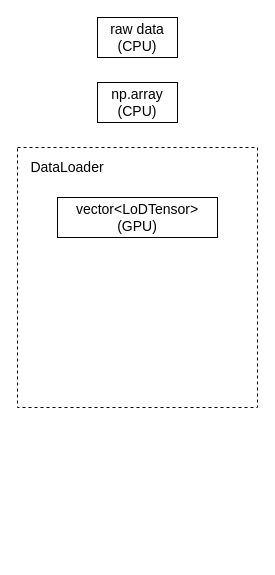
Above: dygraph-data-loader.drawio in chenwhql/diagrams (draw.io), before the change. Source tidied: cells renumbered, new cells numbered last; positions are measured from the earlier drawing's top-left corner, leaving out a move shared by most shapes. Both pictures are drawn from the tidied source at 100%, with x=0, y=0 at pixel (17, 17).
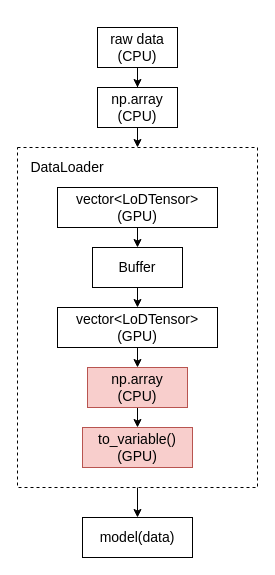
Above is the later version.

Diff of the diagram source:
```diff
@@
 <mxGraphModel>
   <root>
     <mxCell id="0" />
     <mxCell id="1" parent="0" />
+    <mxCell id="7" style="edgeStyle=orthogonalEdgeStyle;rounded=0;jettySize=auto;html=1;exitX=0.5;exitY=1;exitDx=0;exitDy=0;" parent="1" edge="1" source="2" target="3">
+      <mxGeometry relative="1" as="geometry" />
+    </mxCell>
     <mxCell id="2" value="&lt;font style=&quot;font-size: 14px&quot;&gt;raw data&lt;br&gt;(CPU)&lt;br&gt;&lt;/font&gt;" style="rounded=0;whiteSpace=wrap;html=1;" parent="1" vertex="1">
-      <mxGeometry x="80" width="80" height="40" as="geometry" />
+      <mxGeometry x="80" y="10" width="80" height="40" as="geometry" />
     </mxCell>
+    <mxCell id="8" style="edgeStyle=orthogonalEdgeStyle;rounded=0;jettySize=auto;html=1;exitX=0.5;exitY=1;exitDx=0;exitDy=0;entryX=0.5;entryY=0;entryDx=0;entryDy=0;" parent="1" edge="1" source="3" target="4">
+      <mxGeometry relative="1" as="geometry" />
+    </mxCell>
     <mxCell id="3" value="&lt;span style=&quot;font-size: 14px&quot;&gt;np.array&lt;br&gt;(CPU)&lt;br&gt;&lt;/span&gt;" style="rounded=0;whiteSpace=wrap;html=1;" parent="1" vertex="1">
-      <mxGeometry x="80" y="65" width="80" height="40" as="geometry" />
+      <mxGeometry x="80" y="70" width="80" height="40" as="geometry" />
     </mxCell>
+    <mxCell id="9" style="edgeStyle=orthogonalEdgeStyle;rounded=0;jettySize=auto;html=1;entryX=0.5;entryY=0;entryDx=0;entryDy=0;" parent="1" edge="1" source="4" target="18">
+      <mxGeometry relative="1" as="geometry" />
+    </mxCell>
     <mxCell id="4" style="rounded=0;whiteSpace=wrap;html=1;fillColor=none;dashed=1;align=right;labelPosition=left;verticalLabelPosition=top;verticalAlign=bottom;" parent="1" vertex="1">
-      <mxGeometry y="130" width="240" height="260" as="geometry" />
+      <mxGeometry y="130" width="240" height="340" as="geometry" />
     </mxCell>
     <mxCell id="5" value="&lt;font style=&quot;font-size: 14px&quot;&gt;DataLoader&lt;/font&gt;" style="text;html=1;strokeColor=none;fillColor=none;align=center;verticalAlign=middle;whiteSpace=wrap;rounded=0;dashed=1;" parent="1" vertex="1">
       <mxGeometry x="30" y="140" width="40" height="20" as="geometry" />
     </mxCell>
+    <mxCell id="10" style="edgeStyle=orthogonalEdgeStyle;rounded=0;jettySize=auto;html=1;exitX=0.5;exitY=1;exitDx=0;exitDy=0;entryX=0.5;entryY=0;entryDx=0;entryDy=0;" parent="1" edge="1" source="6" target="14">
+      <mxGeometry relative="1" as="geometry" />
+    </mxCell>
     <mxCell id="6" value="&lt;span style=&quot;font-size: 14px&quot;&gt;vector&amp;lt;LoDTensor&amp;gt;&lt;br&gt;(GPU)&lt;br&gt;&lt;/span&gt;" style="rounded=0;whiteSpace=wrap;html=1;" parent="1" vertex="1">
-      <mxGeometry x="40" y="180" width="160" height="40" as="geometry" />
+      <mxGeometry x="40" y="170" width="160" height="40" as="geometry" />
     </mxCell>
+    <mxCell id="11" style="edgeStyle=orthogonalEdgeStyle;rounded=0;jettySize=auto;html=1;exitX=0.5;exitY=1;exitDx=0;exitDy=0;entryX=0.5;entryY=0;entryDx=0;entryDy=0;" parent="1" edge="1" source="12" target="16">
+      <mxGeometry relative="1" as="geometry" />
+    </mxCell>
+    <mxCell id="12" value="&lt;span style=&quot;font-size: 14px&quot;&gt;vector&amp;lt;LoDTensor&amp;gt;&lt;br&gt;(GPU)&lt;br&gt;&lt;/span&gt;" style="rounded=0;whiteSpace=wrap;html=1;" parent="1" vertex="1">
+      <mxGeometry x="40" y="290" width="160" height="40" as="geometry" />
+    </mxCell>
+    <mxCell id="13" style="edgeStyle=orthogonalEdgeStyle;rounded=0;jettySize=auto;html=1;exitX=0.5;exitY=1;exitDx=0;exitDy=0;entryX=0.5;entryY=0;entryDx=0;entryDy=0;" parent="1" edge="1" source="14" target="12">
+      <mxGeometry relative="1" as="geometry" />
+    </mxCell>
+    <mxCell id="14" value="&lt;font style=&quot;font-size: 14px&quot;&gt;Buffer&lt;/font&gt;" style="rounded=0;whiteSpace=wrap;html=1;" parent="1" vertex="1">
+      <mxGeometry x="75" y="230" width="90" height="40" as="geometry" />
+    </mxCell>
+    <mxCell id="15" style="edgeStyle=orthogonalEdgeStyle;rounded=0;jettySize=auto;html=1;exitX=0.5;exitY=1;exitDx=0;exitDy=0;entryX=0.5;entryY=0;entryDx=0;entryDy=0;" parent="1" edge="1" source="16" target="17">
+      <mxGeometry relative="1" as="geometry" />
+    </mxCell>
+    <mxCell id="16" value="&lt;span style=&quot;font-size: 14px&quot;&gt;np.array&lt;br&gt;(CPU)&lt;br&gt;&lt;/span&gt;" style="rounded=0;whiteSpace=wrap;html=1;fillColor=#f8cecc;strokeColor=#b85450;" parent="1" vertex="1">
+      <mxGeometry x="70" y="350" width="100" height="40" as="geometry" />
+    </mxCell>
+    <mxCell id="17" value="&lt;span style=&quot;font-size: 14px&quot;&gt;to_variable()&lt;br&gt;(GPU)&lt;br&gt;&lt;/span&gt;" style="rounded=0;whiteSpace=wrap;html=1;fillColor=#f8cecc;strokeColor=#b85450;" parent="1" vertex="1">
+      <mxGeometry x="65" y="410" width="110" height="40" as="geometry" />
+    </mxCell>
+    <mxCell id="18" value="&lt;span style=&quot;font-size: 14px&quot;&gt;model(data)&lt;br&gt;&lt;/span&gt;" style="rounded=0;whiteSpace=wrap;html=1;" parent="1" vertex="1">
+      <mxGeometry x="65" y="500" width="110" height="40" as="geometry" />
+    </mxCell>
   </root>
 </mxGraphModel>
```
